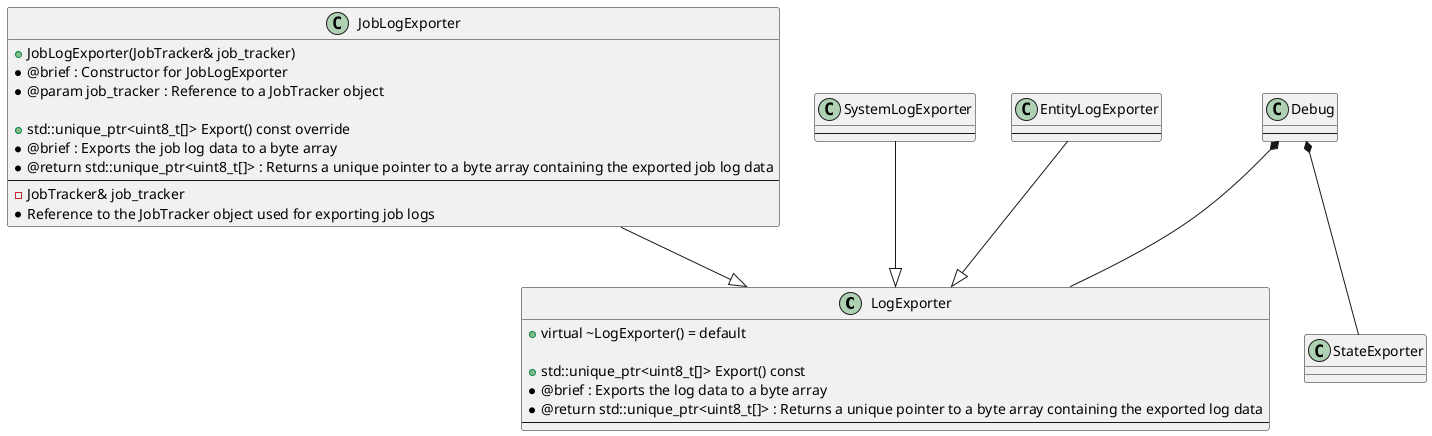
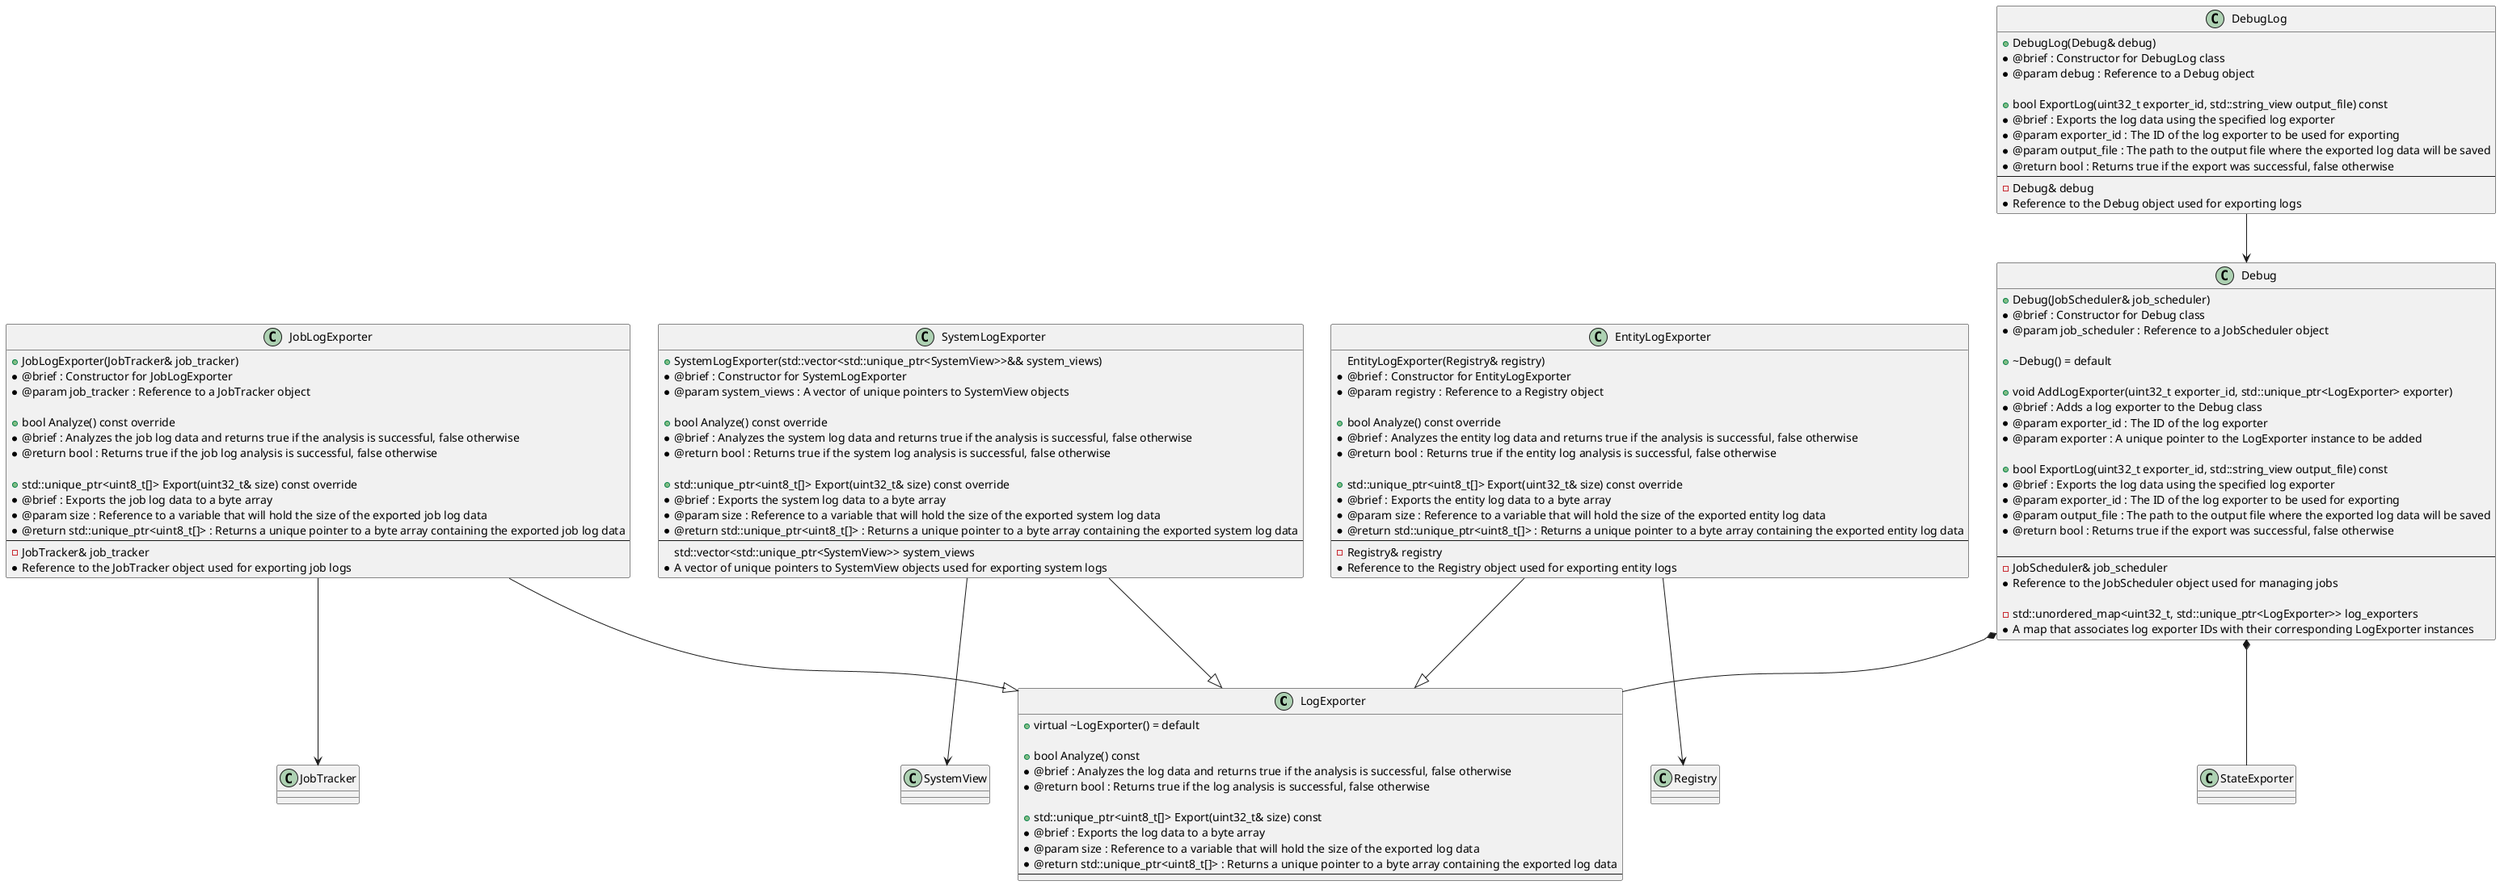
﻿@startuml

class LogExporter
{
    + virtual ~LogExporter() = default

-     + std::unique_ptr<uint8_t[]> Export() const
+     + bool Analyze() const
+      * @brief : Analyzes the log data and returns true if the analysis is successful, false otherwise
+      * @return bool : Returns true if the log analysis is successful, false otherwise
+ 
+     + std::unique_ptr<uint8_t[]> Export(uint32_t& size) const
     * @brief : Exports the log data to a byte array
+      * @param size : Reference to a variable that will hold the size of the exported log data
     * @return std::unique_ptr<uint8_t[]> : Returns a unique pointer to a byte array containing the exported log data
    ---
}

class JobLogExporter
{
    + JobLogExporter(JobTracker& job_tracker)
     * @brief : Constructor for JobLogExporter
     * @param job_tracker : Reference to a JobTracker object

-     + std::unique_ptr<uint8_t[]> Export() const override
+     + bool Analyze() const override
+      * @brief : Analyzes the job log data and returns true if the analysis is successful, false otherwise
+      * @return bool : Returns true if the job log analysis is successful, false otherwise
+ 
+     + std::unique_ptr<uint8_t[]> Export(uint32_t& size) const override
     * @brief : Exports the job log data to a byte array
+      * @param size : Reference to a variable that will hold the size of the exported job log data
     * @return std::unique_ptr<uint8_t[]> : Returns a unique pointer to a byte array containing the exported job log data
    ---
    - JobTracker& job_tracker
     * Reference to the JobTracker object used for exporting job logs
}
JobLogExporter --|> LogExporter
+ JobLogExporter --> JobTracker

class SystemLogExporter
{
+     + SystemLogExporter(std::vector<std::unique_ptr<SystemView>>&& system_views)
+      * @brief : Constructor for SystemLogExporter
+      * @param system_views : A vector of unique pointers to SystemView objects
+ 
+     + bool Analyze() const override
+      * @brief : Analyzes the system log data and returns true if the analysis is successful, false otherwise
+      * @return bool : Returns true if the system log analysis is successful, false otherwise
+ 
+     + std::unique_ptr<uint8_t[]> Export(uint32_t& size) const override
+      * @brief : Exports the system log data to a byte array
+      * @param size : Reference to a variable that will hold the size of the exported system log data
+      * @return std::unique_ptr<uint8_t[]> : Returns a unique pointer to a byte array containing the exported system log data
    ---
+     std::vector<std::unique_ptr<SystemView>> system_views
+      * A vector of unique pointers to SystemView objects used for exporting system logs
}
SystemLogExporter --|> LogExporter
+ SystemLogExporter --> SystemView

class EntityLogExporter
{
+     EntityLogExporter(Registry& registry)
+      * @brief : Constructor for EntityLogExporter
+      * @param registry : Reference to a Registry object
+ 
+     + bool Analyze() const override
+      * @brief : Analyzes the entity log data and returns true if the analysis is successful, false otherwise
+      * @return bool : Returns true if the entity log analysis is successful, false otherwise
+ 
+     + std::unique_ptr<uint8_t[]> Export(uint32_t& size) const override
+      * @brief : Exports the entity log data to a byte array
+      * @param size : Reference to a variable that will hold the size of the exported entity log data
+      * @return std::unique_ptr<uint8_t[]> : Returns a unique pointer to a byte array containing the exported entity log data
    ---
+     - Registry& registry
+      * Reference to the Registry object used for exporting entity logs
}
EntityLogExporter --|> LogExporter
+ EntityLogExporter --> Registry

class Debug
{
+     + Debug(JobScheduler& job_scheduler)
+      * @brief : Constructor for Debug class
+      * @param job_scheduler : Reference to a JobScheduler object
+ 
+     + ~Debug() = default
+ 
+     + void AddLogExporter(uint32_t exporter_id, std::unique_ptr<LogExporter> exporter)
+      * @brief : Adds a log exporter to the Debug class
+      * @param exporter_id : The ID of the log exporter
+      * @param exporter : A unique pointer to the LogExporter instance to be added
+ 
+     + bool ExportLog(uint32_t exporter_id, std::string_view output_file) const
+      * @brief : Exports the log data using the specified log exporter
+      * @param exporter_id : The ID of the log exporter to be used for exporting
+      * @param output_file : The path to the output file where the exported log data will be saved
+      * @return bool : Returns true if the export was successful, false otherwise
+ 
    ---
+     - JobScheduler& job_scheduler
+      * Reference to the JobScheduler object used for managing jobs
+ 
+     - std::unordered_map<uint32_t, std::unique_ptr<LogExporter>> log_exporters
+      * A map that associates log exporter IDs with their corresponding LogExporter instances
}
Debug *-- LogExporter
Debug *-- StateExporter

+ class DebugLog
+ {
+     + DebugLog(Debug& debug)
+      * @brief : Constructor for DebugLog class
+      * @param debug : Reference to a Debug object
+ 
+     + bool ExportLog(uint32_t exporter_id, std::string_view output_file) const
+      * @brief : Exports the log data using the specified log exporter
+      * @param exporter_id : The ID of the log exporter to be used for exporting
+      * @param output_file : The path to the output file where the exported log data will be saved
+      * @return bool : Returns true if the export was successful, false otherwise
+     ---
+     - Debug& debug
+      * Reference to the Debug object used for exporting logs
+ }
+ DebugLog --> Debug
+ 
@enduml